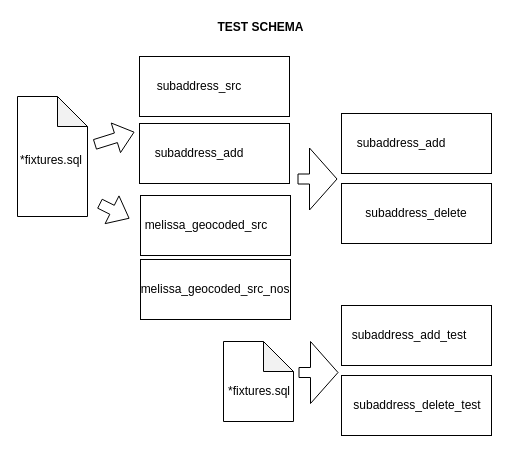
Before: doc/test_schema.drawio in mattyschell/cscl-subaddress-matched, a draw.io diagram. Source tidied: cells renumbered, new cells numbered last; positions are measured from the earlier drawing's top-left corner, leaving out a move shared by most shapes. Both pictures are drawn from the tidied source at 100%, with x=0, y=0 at pixel (17, 17).
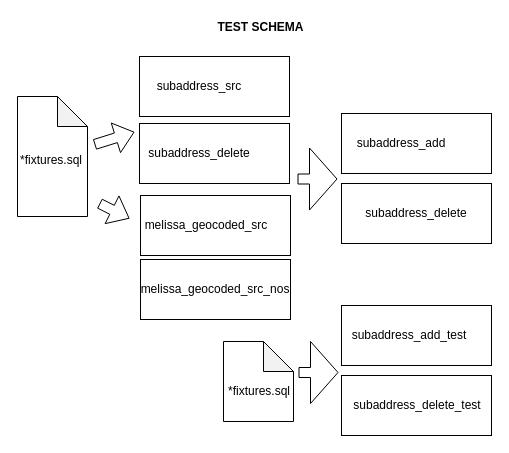
The same page after the edit.

Commit message (it also covers changes not shown here):
corrects test schema diagram

Change to the diagram source:
```diff
@@
-    <mxCell id="26" value="subaddress_add" style="text;html=1;strokeColor=none;fillColor=none;align=center;verticalAlign=middle;whiteSpace=wrap;rounded=0;" parent="1" vertex="1">
+    <mxCell id="26" value="subaddress_delete" style="text;html=1;strokeColor=none;fillColor=none;align=center;verticalAlign=middle;whiteSpace=wrap;rounded=0;" parent="1" vertex="1">
       <mxGeometry x="162" y="126" width="40" height="20" as="geometry" />
     </mxCell>
```
